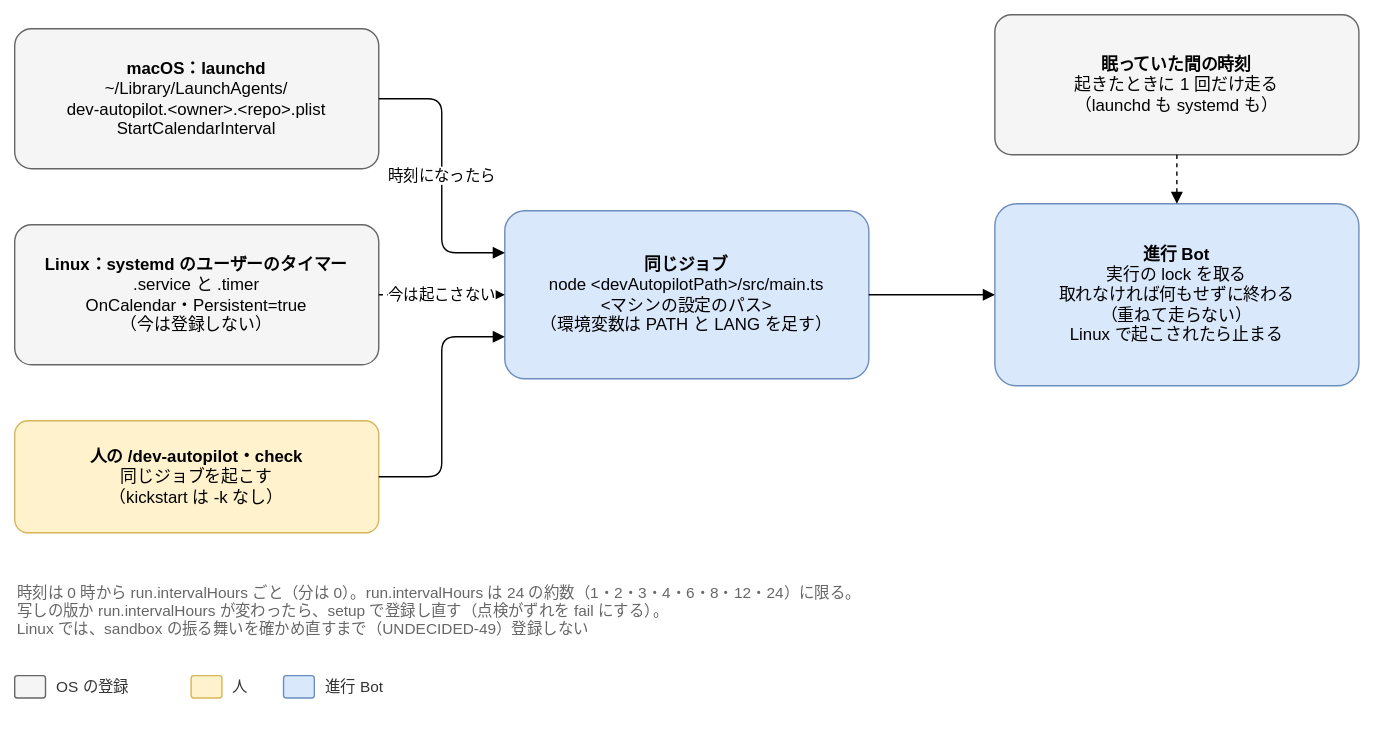
Before: docs/design/basic/diagrams/04-schedule.drawio.svg, a diagram exported from draw.io (Joymerrevent/dev-autopilot). Source tidied: cells renumbered, new cells last; positions are measured from the earlier drawing's top-left corner, leaving out a move shared by most shapes.
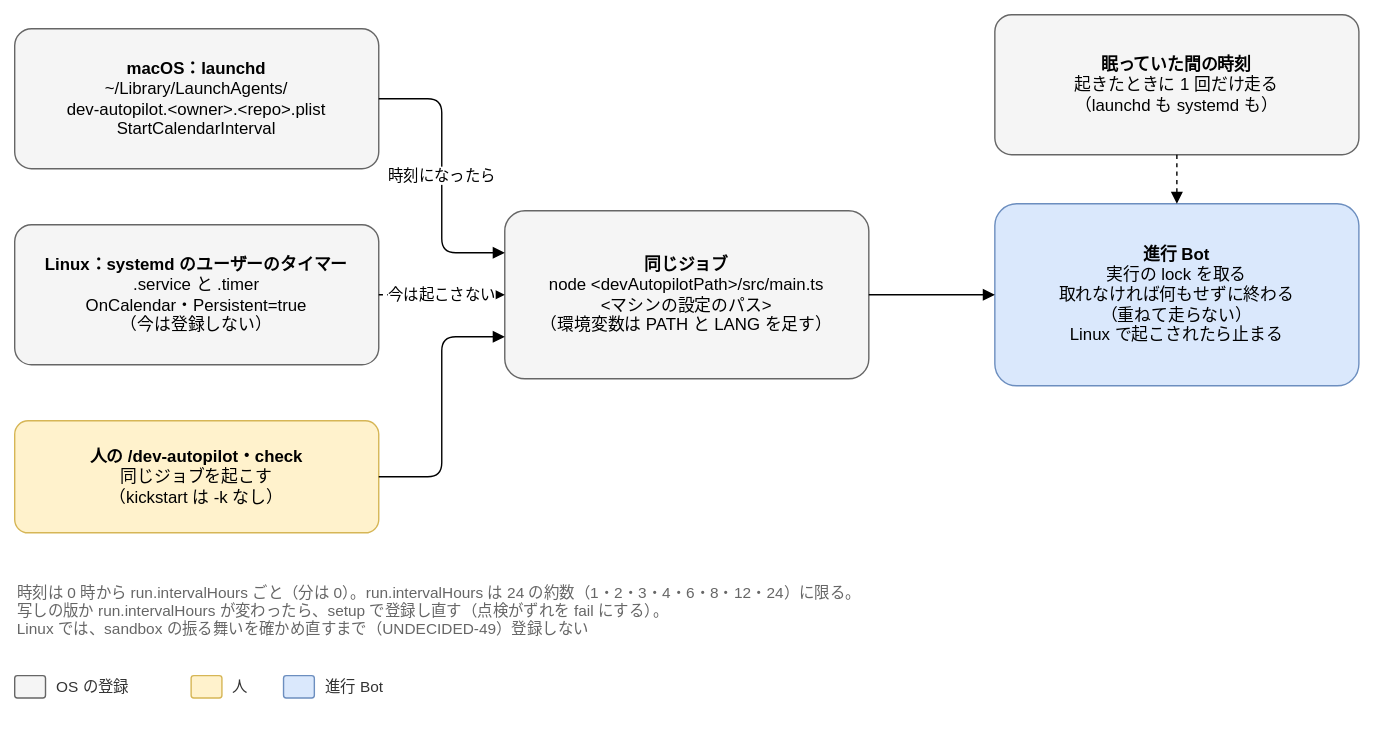
After the change.

Change to the diagram source:
```diff
@@ -11,7 +11,7 @@
     <mxCell id="4" value="&lt;b&gt;人の /dev-autopilot・check&lt;/b&gt;&lt;br&gt;同じジョブを起こす&lt;br&gt;（kickstart は -k なし）" style="rounded=1;whiteSpace=wrap;html=1;fontSize=12;arcSize=12;spacing=12;fillColor=#fff2cc;strokeColor=#d6b656;" parent="1" vertex="1">
       <mxGeometry y="290" width="260" height="80" as="geometry" />
     </mxCell>
-    <mxCell id="5" value="&lt;b&gt;同じジョブ&lt;/b&gt;&lt;br&gt;node &amp;lt;devAutopilotPath&amp;gt;/src/main.ts&lt;br&gt;&amp;lt;マシンの設定のパス&amp;gt;&lt;br&gt;（環境変数は PATH と LANG を足す）" style="rounded=1;whiteSpace=wrap;html=1;fontSize=12;arcSize=12;spacing=12;fillColor=#dae8fc;strokeColor=#6c8ebf;" parent="1" vertex="1">
+    <mxCell id="5" value="&lt;b&gt;同じジョブ&lt;/b&gt;&lt;br&gt;node &amp;lt;devAutopilotPath&amp;gt;/src/main.ts&lt;br&gt;&amp;lt;マシンの設定のパス&amp;gt;&lt;br&gt;（環境変数は PATH と LANG を足す）" style="rounded=1;whiteSpace=wrap;html=1;fontSize=12;arcSize=12;spacing=12;fillColor=#f5f5f5;strokeColor=#666666;" parent="1" vertex="1">
       <mxGeometry x="350" y="140" width="260" height="120" as="geometry" />
     </mxCell>
     <mxCell id="6" value="時刻になったら" style="edgeStyle=orthogonalEdgeStyle;rounded=1;html=1;endArrow=block;endFill=1;fontSize=11;labelBackgroundColor=#ffffff;exitX=1;exitY=0.5;exitDx=0;exitDy=0;entryX=0;entryY=0.25;entryDx=0;entryDy=0;" parent="1" edge="1" source="2" target="5">
```
